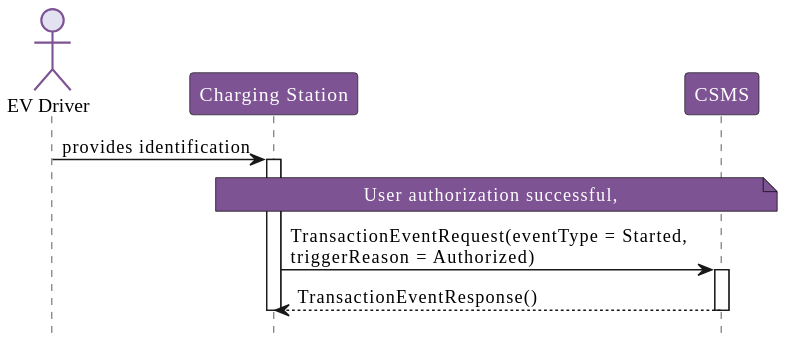
Before: OCPP_2.0.1/part2/images/figure_41.svg, a diagram exported from PlantUML (phoi5675/ocpp-markdown).
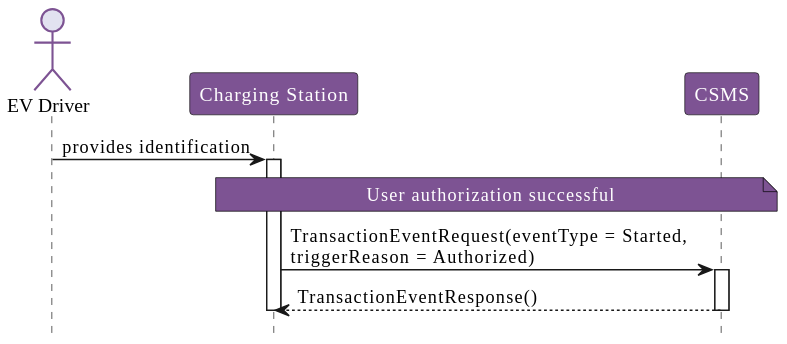
The same diagram one commit later.

Change to the diagram source:
```diff
@@ -9,7 +9,7 @@
 activate ChargingStation
 
 note over ChargingStation, CSMS
-  User authorization successful,
+  User authorization successful
 end note
 
 ChargingStation -> CSMS:   TransactionEventRequest(eventType = Started,  \ntriggerReason = Authorized)
```
